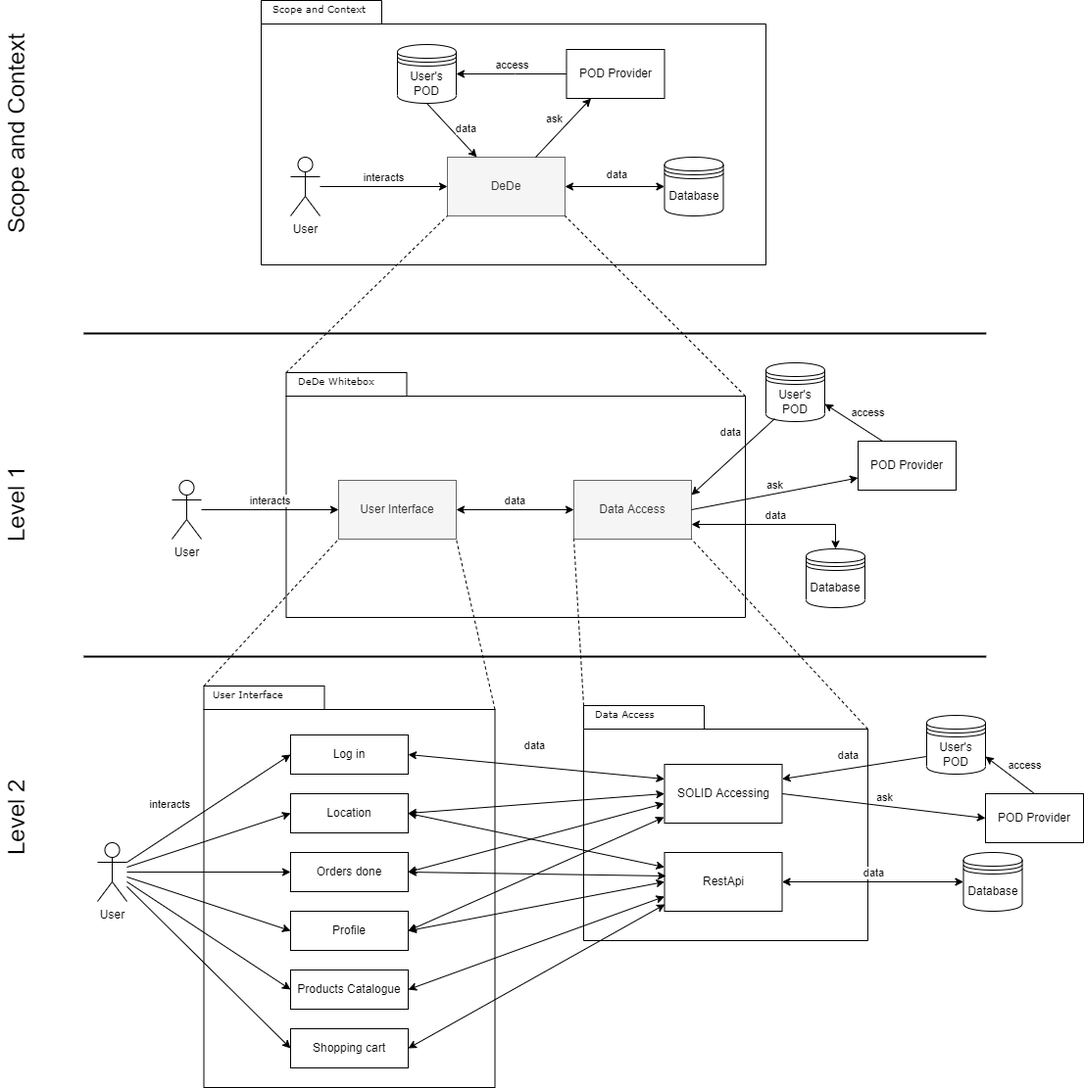
Before: images/05_building_blocks_overview.png, a diagram exported from draw.io (Arquisoft/dede_en3b). Source tidied: cells renumbered, new cells last; positions are measured from the earlier drawing's top-left corner, leaving out a move shared by most shapes.
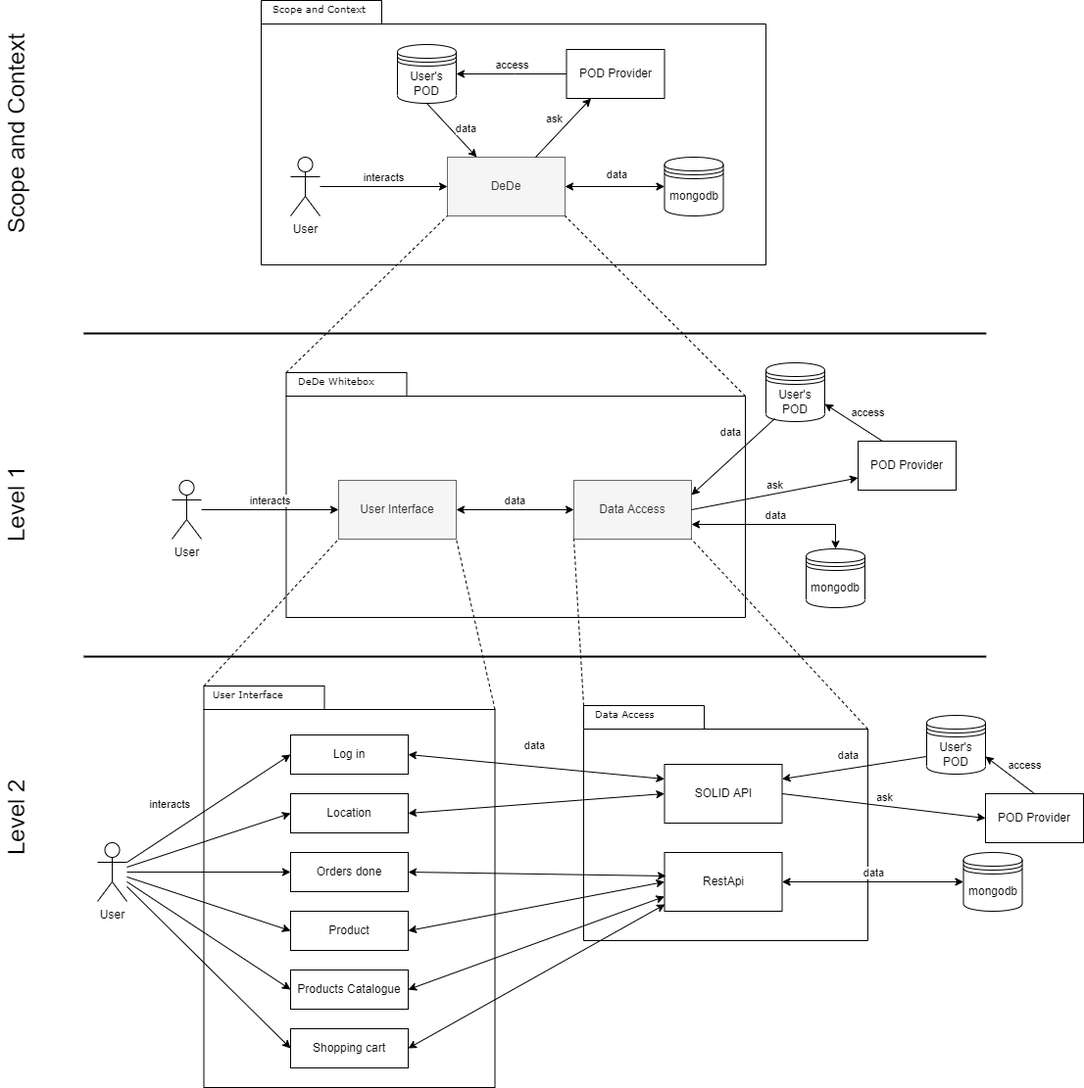
Above is the later version.

Diff of the diagram source:
```diff
@@ -17,7 +17,7 @@
     <mxCell id="6" value="User's POD" style="shape=datastore;whiteSpace=wrap;html=1;" parent="1" vertex="1">
       <mxGeometry x="490" y="45" width="60" height="60" as="geometry" />
     </mxCell>
-    <mxCell id="7" value="Database" style="shape=datastore;whiteSpace=wrap;html=1;" parent="1" vertex="1">
+    <mxCell id="7" value="mongodb" style="shape=datastore;whiteSpace=wrap;html=1;" parent="1" vertex="1">
       <mxGeometry x="762.5" y="160" width="60" height="60" as="geometry" />
     </mxCell>
     <mxCell id="8" value="DeDe" style="rounded=0;whiteSpace=wrap;html=1;fillColor=#f5f5f5;fontColor=#333333;strokeColor=#666666;" parent="1" vertex="1">
@@ -58,7 +58,7 @@
     <mxCell id="19" value="User's POD" style="shape=datastore;whiteSpace=wrap;html=1;" parent="1" vertex="1">
       <mxGeometry x="866" y="370" width="60" height="60" as="geometry" />
     </mxCell>
-    <mxCell id="20" value="Database" style="shape=datastore;whiteSpace=wrap;html=1;" parent="1" vertex="1">
+    <mxCell id="20" value="mongodb" style="shape=datastore;whiteSpace=wrap;html=1;" parent="1" vertex="1">
       <mxGeometry x="907" y="560" width="60" height="60" as="geometry" />
     </mxCell>
     <mxCell id="21" value="data" style="endArrow=classic;startArrow=classic;html=1;rounded=0;targetPerimeterSpacing=0;exitX=1;exitY=0.75;exitDx=0;exitDy=0;entryX=0.5;entryY=0;entryDx=0;entryDy=0;labelPosition=center;verticalLabelPosition=top;align=center;verticalAlign=bottom;" parent="1" edge="1" source="14" target="20">
@@ -71,13 +71,13 @@
     <mxCell id="22" style="shape=folder;fontStyle=1;spacingTop=10;tabWidth=123;tabHeight=24;tabPosition=left;html=1;rounded=0;shadow=0;comic=0;labelBackgroundColor=none;strokeColor=#000000;strokeWidth=1;fillColor=#ffffff;fontFamily=Verdana;fontSize=10;fontColor=#000000;align=center;" parent="1" vertex="1">
       <mxGeometry x="680" y="720" width="290" height="240" as="geometry" />
     </mxCell>
-    <mxCell id="23" value="SOLID Accessing" style="rounded=0;whiteSpace=wrap;html=1;" parent="1" vertex="1">
+    <mxCell id="23" value="SOLID API" style="rounded=0;whiteSpace=wrap;html=1;" parent="1" vertex="1">
       <mxGeometry x="762.5" y="780" width="120" height="60" as="geometry" />
     </mxCell>
     <mxCell id="24" value="RestApi" style="rounded=0;whiteSpace=wrap;html=1;" parent="1" vertex="1">
       <mxGeometry x="762.5" y="870" width="120" height="60" as="geometry" />
     </mxCell>
-    <mxCell id="25" value="Database" style="shape=datastore;whiteSpace=wrap;html=1;" parent="1" vertex="1">
+    <mxCell id="25" value="mongodb" style="shape=datastore;whiteSpace=wrap;html=1;" parent="1" vertex="1">
       <mxGeometry x="1067.5" y="870" width="60" height="60" as="geometry" />
     </mxCell>
     <mxCell id="26" value="data" style="endArrow=classic;startArrow=classic;html=1;rounded=0;targetPerimeterSpacing=0;exitX=1;exitY=0.5;exitDx=0;exitDy=0;entryX=0;entryY=0.5;entryDx=0;entryDy=0;labelPosition=center;verticalLabelPosition=top;align=center;verticalAlign=bottom;" parent="1" edge="1" source="24" target="25">
@@ -196,7 +196,7 @@
     <mxCell id="59" value="Log in" style="rounded=0;whiteSpace=wrap;html=1;" parent="1" vertex="1">
       <mxGeometry x="381" y="750" width="120" height="40" as="geometry" />
     </mxCell>
-    <mxCell id="60" value="Profile" style="rounded=0;whiteSpace=wrap;html=1;" parent="1" vertex="1">
+    <mxCell id="60" value="Product" style="rounded=0;whiteSpace=wrap;html=1;" parent="1" vertex="1">
       <mxGeometry x="381" y="930" width="120" height="40" as="geometry" />
     </mxCell>
     <mxCell id="61" value="Location" style="rounded=0;whiteSpace=wrap;html=1;" parent="1" vertex="1">
@@ -214,20 +214,9 @@
     <mxCell id="65" style="endArrow=classic;html=1;rounded=0;exitX=1;exitY=0.5;exitDx=0;exitDy=0;entryX=0;entryY=0.5;entryDx=0;entryDy=0;verticalAlign=bottom;startArrow=classic;targetPerimeterSpacing=0;" parent="1" edge="1" source="61" target="23">
       <mxGeometry relative="1" as="geometry" />
     </mxCell>
-    <mxCell id="66" style="endArrow=classic;html=1;rounded=0;exitX=1;exitY=0.5;exitDx=0;exitDy=0;entryX=0;entryY=0.25;entryDx=0;entryDy=0;verticalAlign=bottom;startArrow=classic;targetPerimeterSpacing=0;" parent="1" edge="1" source="61" target="24">
-      <mxGeometry relative="1" as="geometry" />
-    </mxCell>
-    <mxCell id="67" style="endArrow=classic;html=1;rounded=0;exitX=1;exitY=0.5;exitDx=0;exitDy=0;verticalAlign=bottom;startArrow=classic;targetPerimeterSpacing=0;" parent="1" edge="1" source="27">
-      <mxGeometry relative="1" as="geometry">
-        <mxPoint x="762" y="820" as="targetPoint" />
-      </mxGeometry>
-    </mxCell>
     <mxCell id="68" style="endArrow=classic;html=1;rounded=0;exitX=1;exitY=0.5;exitDx=0;exitDy=0;entryX=0.013;entryY=0.4;entryDx=0;entryDy=0;entryPerimeter=0;verticalAlign=bottom;startArrow=classic;targetPerimeterSpacing=0;" parent="1" edge="1" source="27" target="24">
       <mxGeometry relative="1" as="geometry" />
     </mxCell>
-    <mxCell id="69" style="endArrow=classic;html=1;rounded=0;exitX=1;exitY=0.5;exitDx=0;exitDy=0;entryX=-0.004;entryY=0.9;entryDx=0;entryDy=0;entryPerimeter=0;verticalAlign=bottom;startArrow=classic;targetPerimeterSpacing=0;" parent="1" edge="1" source="60" target="23">
-      <mxGeometry relative="1" as="geometry" />
-    </mxCell>
     <mxCell id="70" style="endArrow=classic;html=1;rounded=0;exitX=1;exitY=0.5;exitDx=0;exitDy=0;entryX=0;entryY=0.5;entryDx=0;entryDy=0;verticalAlign=bottom;startArrow=classic;targetPerimeterSpacing=0;" parent="1" edge="1" source="60" target="24">
       <mxGeometry relative="1" as="geometry" />
     </mxCell>
```
